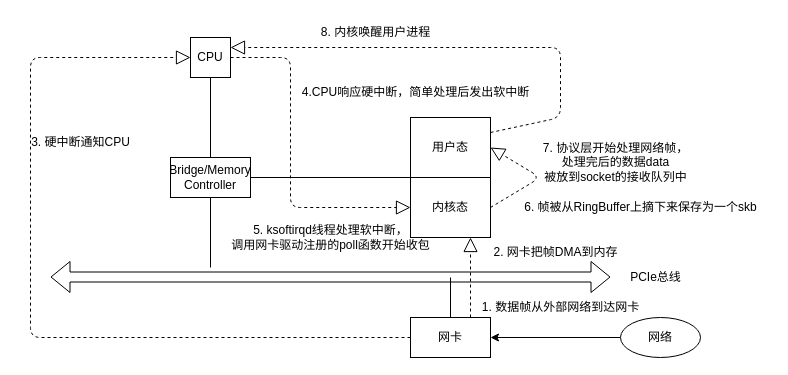
gwm-learn/studyspace keeps this draw.io diagram as 1.知识体系/5.linux网络/内核收包路径.drawio. Above is the earlier version. Source tidied: cells renumbered, new cells numbered last; positions are measured from the earlier drawing's top-left corner, leaving out a move shared by most shapes. Both pictures are drawn from the tidied source at 100%, with x=0, y=0 at pixel (20, 17).
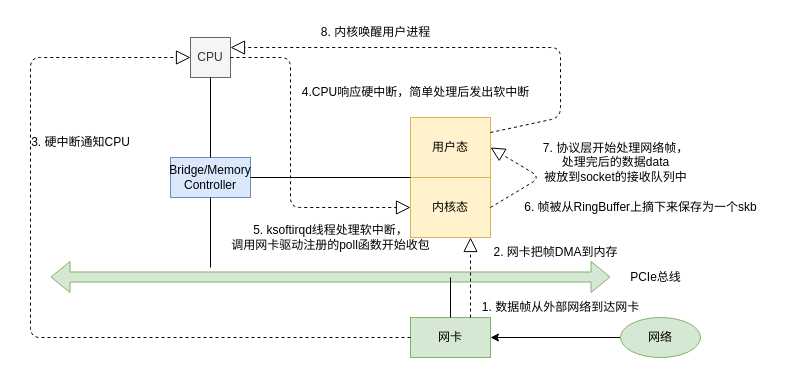
After the change.

Change to the diagram source:
```diff
@@
-<mxGraphModel>
+<mxGraphModel background="#ffffff">
@@
-    <mxCell id="2" style="shape=flexArrow;endArrow=classic;startArrow=classic;html=1;" parent="1" edge="1">
+    <mxCell id="2" style="shape=flexArrow;endArrow=classic;startArrow=classic;html=1;fillColor=#d5e8d4;strokeColor=#82b366;" parent="1" edge="1">
       <mxGeometry relative="1" as="geometry">
         <mxPoint x="30" y="259.5" as="sourcePoint" />
         <mxPoint x="590" y="259.5" as="targetPoint" />
       </mxGeometry>
     </mxCell>
@@
-    <mxCell id="4" value="网卡" style="rounded=0;whiteSpace=wrap;html=1;" parent="1" vertex="1">
+    <mxCell id="4" value="网卡" style="rounded=0;whiteSpace=wrap;html=1;fillColor=#d5e8d4;strokeColor=#82b366;" parent="1" vertex="1">
       <mxGeometry x="390" y="300" width="80" height="40" as="geometry" />
     </mxCell>
@@
-    <mxCell id="6" value="网络" style="ellipse;whiteSpace=wrap;html=1;" parent="1" vertex="1">
+    <mxCell id="6" value="网络" style="ellipse;whiteSpace=wrap;html=1;fillColor=#d5e8d4;strokeColor=#82b366;" parent="1" vertex="1">
       <mxGeometry x="600" y="300" width="80" height="40" as="geometry" />
     </mxCell>
@@
-    <mxCell id="8" value="Bridge/Memory Controller" style="rounded=0;whiteSpace=wrap;html=1;" parent="1" vertex="1">
+    <mxCell id="8" value="Bridge/Memory Controller" style="rounded=0;whiteSpace=wrap;html=1;fillColor=#dae8fc;strokeColor=#6c8ebf;" parent="1" vertex="1">
       <mxGeometry x="150" y="140" width="80" height="40" as="geometry" />
     </mxCell>
-    <mxCell id="9" value="CPU" style="whiteSpace=wrap;html=1;" parent="1" vertex="1">
+    <mxCell id="9" value="CPU" style="whiteSpace=wrap;html=1;fillColor=#f5f5f5;fontColor=#333333;strokeColor=#666666;" parent="1" vertex="1">
       <mxGeometry x="170" y="20" width="40" height="40" as="geometry" />
     </mxCell>
-    <mxCell id="10" value="用户态" style="rounded=0;whiteSpace=wrap;html=1;" parent="1" vertex="1">
+    <mxCell id="10" value="用户态" style="rounded=0;whiteSpace=wrap;html=1;fillColor=#fff2cc;strokeColor=#d6b656;" parent="1" vertex="1">
       <mxGeometry x="390" y="100" width="80" height="60" as="geometry" />
     </mxCell>
-    <mxCell id="11" value="内核态" style="rounded=0;whiteSpace=wrap;html=1;" parent="1" vertex="1">
+    <mxCell id="11" value="内核态" style="rounded=0;whiteSpace=wrap;html=1;fillColor=#fff2cc;strokeColor=#d6b656;" parent="1" vertex="1">
       <mxGeometry x="390" y="160" width="80" height="60" as="geometry" />
     </mxCell>
```
